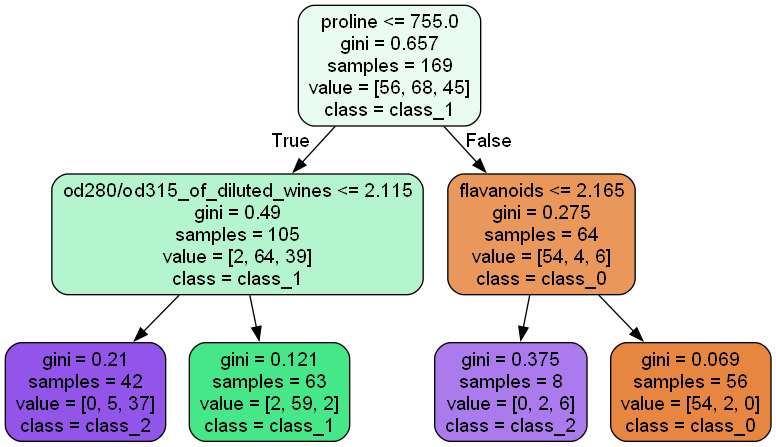
The Graphviz diagram Fazendo Previsoes/img/wine_tree.png in P3droSilva/Seminario-IA, before a commit. Its source is kept beside it as Fazendo Previsoes/img/wine_tree.dot.
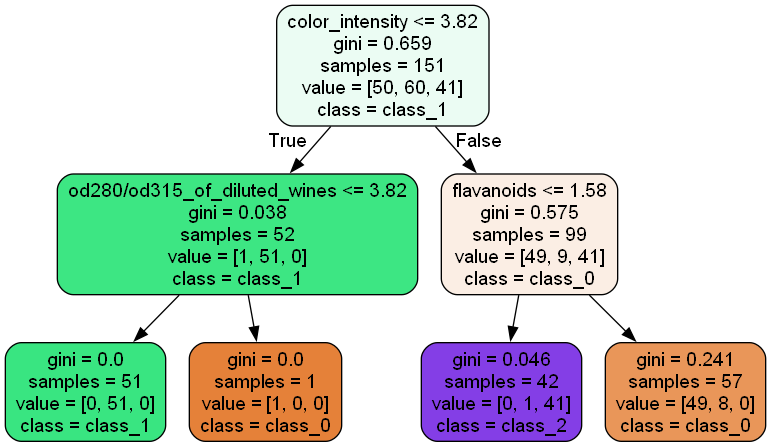
After the commit.

Diff of the diagram source:
```diff
@@ -1,17 +1,17 @@
 digraph Tree {
 node [shape=box, style="filled, rounded", color="black", fontname="helvetica"] ;
 edge [fontname="helvetica"] ;
-0 [label="proline <= 755.0\ngini = 0.657\nsamples = 169\nvalue = [56, 68, 45]\nclass = class_1", fillcolor="#eafcf2"] ;
-1 [label="od280/od315_of_diluted_wines <= 2.115\ngini = 0.49\nsamples = 105\nvalue = [2, 64, 39]\nclass = class_1", fillcolor="#b4f5cf"] ;
+0 [label="color_intensity <= 3.82\ngini = 0.659\nsamples = 151\nvalue = [50, 60, 41]\nclass = class_1", fillcolor="#ebfcf3"] ;
+1 [label="od280/od315_of_diluted_wines <= 3.82\ngini = 0.038\nsamples = 52\nvalue = [1, 51, 0]\nclass = class_1", fillcolor="#3de683"] ;
 0 -> 1 [labeldistance=2.5, labelangle=45, headlabel="True"] ;
-2 [label="gini = 0.21\nsamples = 42\nvalue = [0, 5, 37]\nclass = class_2", fillcolor="#9254e9"] ;
+2 [label="gini = 0.0\nsamples = 51\nvalue = [0, 51, 0]\nclass = class_1", fillcolor="#39e581"] ;
 1 -> 2 ;
-3 [label="gini = 0.121\nsamples = 63\nvalue = [2, 59, 2]\nclass = class_1", fillcolor="#46e789"] ;
+3 [label="gini = 0.0\nsamples = 1\nvalue = [1, 0, 0]\nclass = class_0", fillcolor="#e58139"] ;
 1 -> 3 ;
-4 [label="flavanoids <= 2.165\ngini = 0.275\nsamples = 64\nvalue = [54, 4, 6]\nclass = class_0", fillcolor="#e9975b"] ;
+4 [label="flavanoids <= 1.58\ngini = 0.575\nsamples = 99\nvalue = [49, 9, 41]\nclass = class_0", fillcolor="#fbeee4"] ;
 0 -> 4 [labeldistance=2.5, labelangle=-45, headlabel="False"] ;
-5 [label="gini = 0.375\nsamples = 8\nvalue = [0, 2, 6]\nclass = class_2", fillcolor="#ab7bee"] ;
+5 [label="gini = 0.046\nsamples = 42\nvalue = [0, 1, 41]\nclass = class_2", fillcolor="#843ee6"] ;
 4 -> 5 ;
-6 [label="gini = 0.069\nsamples = 56\nvalue = [54, 2, 0]\nclass = class_0", fillcolor="#e68640"] ;
+6 [label="gini = 0.241\nsamples = 57\nvalue = [49, 8, 0]\nclass = class_0", fillcolor="#e99659"] ;
 4 -> 6 ;
 }
```
